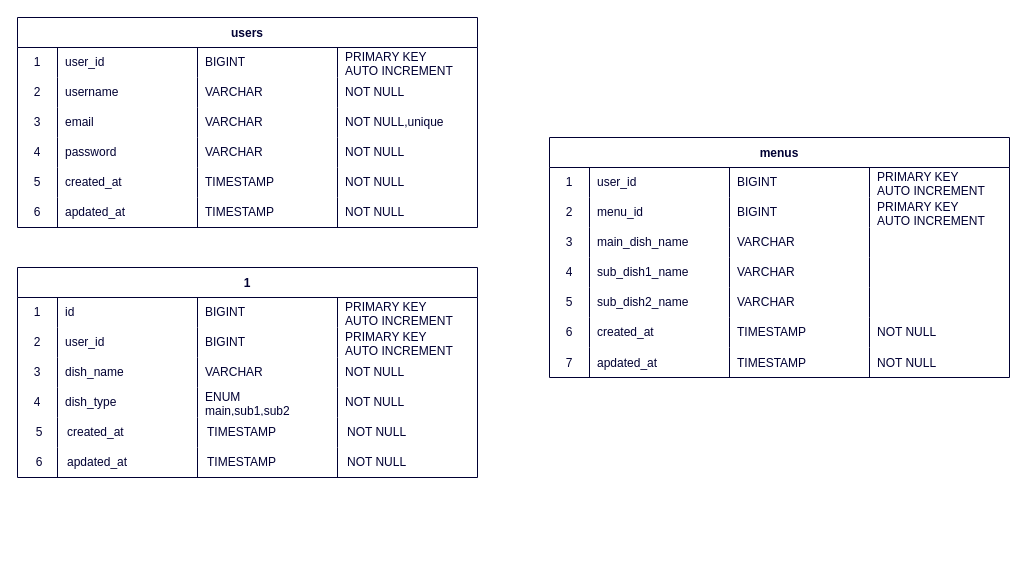
This is db.dio from Some558/kondate_portfolio, a draw.io file, before an edit. Source tidied: cells renumbered, new cells numbered last; positions are measured from the earlier drawing's top-left corner, leaving out a move shared by most shapes. Both pictures are drawn from the tidied source at 100%, with x=0, y=0 at pixel (17, 17).
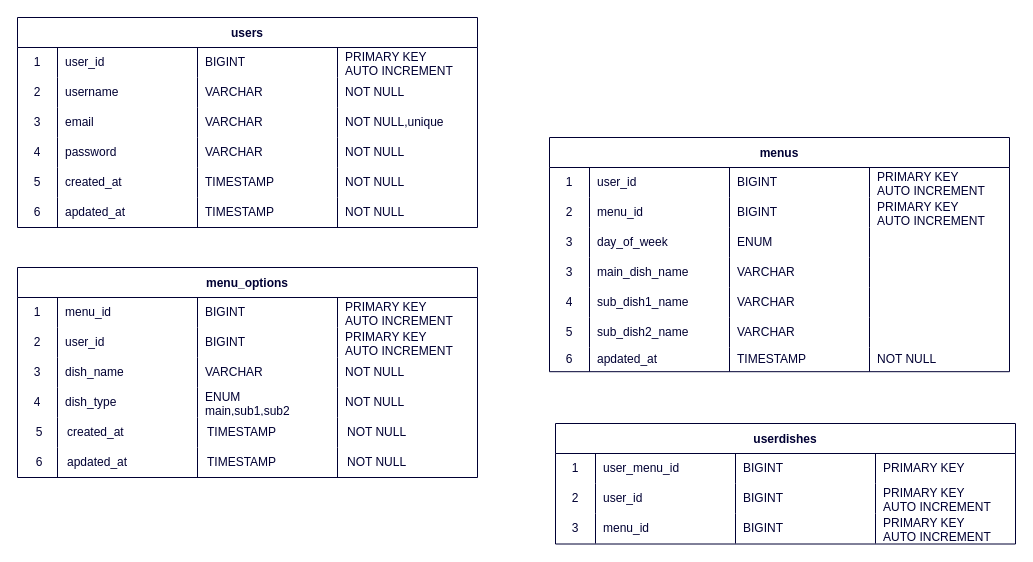
The same page after the edit.

Commit message:
データベーステーブル追記

Unchanged cells that the change refers to:
```xml
<mxCell id="34" style="shape=tableRow;horizontal=0;startSize=0;swimlaneHead=0;swimlaneBody=0;top=0;left=0;bottom=0;right=0;fillColor=none;shadow=0;labelBackgroundColor=none;labelBorderColor=none;sketch=0;fillStyle=auto;strokeColor=#000033;strokeWidth=1;fontColor=#000033;" parent="33" vertex="1">
  <mxGeometry y="30" width="460" height="30" as="geometry" />
</mxCell>
```

What changed in the source:
```diff
@@
-    <mxCell id="33" value="1" style="shape=table;startSize=30;childLayout=tableLayout;rowLines=0;fontStyle=1;shadow=0;labelBackgroundColor=none;labelBorderColor=none;sketch=0;fillStyle=auto;strokeColor=#000033;strokeWidth=1;fontColor=#000033;fillColor=none;" parent="1" vertex="1">
+    <mxCell id="33" value="menu_options" style="shape=table;startSize=30;childLayout=tableLayout;rowLines=0;fontStyle=1;shadow=0;labelBackgroundColor=none;labelBorderColor=none;sketch=0;fillStyle=auto;strokeColor=#000033;strokeWidth=1;fontColor=#000033;fillColor=none;" parent="1" vertex="1">
       <mxGeometry y="250" width="460" height="210" as="geometry" />
     </mxCell>
@@
-    <mxCell id="36" value="id" style="shape=partialRectangle;html=1;whiteSpace=wrap;fillColor=none;top=0;left=0;bottom=0;right=0;align=left;spacingLeft=6;overflow=hidden;shadow=0;labelBackgroundColor=none;labelBorderColor=none;sketch=0;fillStyle=auto;strokeColor=#000033;strokeWidth=1;fontColor=#000033;" parent="34" vertex="1">
+    <mxCell id="36" value="menu_id" style="shape=partialRectangle;html=1;whiteSpace=wrap;fillColor=none;top=0;left=0;bottom=0;right=0;align=left;spacingLeft=6;overflow=hidden;shadow=0;labelBackgroundColor=none;labelBorderColor=none;sketch=0;fillStyle=auto;strokeColor=#000033;strokeWidth=1;fontColor=#000033;" parent="34" vertex="1">
       <mxGeometry x="40" width="140" height="30" as="geometry" />
     </mxCell>
@@
     <mxCell id="64" value="menus" style="shape=table;startSize=30;childLayout=tableLayout;rowLines=0;fontStyle=1;shadow=0;labelBackgroundColor=none;labelBorderColor=none;sketch=0;fillStyle=auto;strokeColor=#000033;strokeWidth=1;fontColor=#000033;fillColor=none;" parent="1" vertex="1">
-      <mxGeometry x="532" y="120" width="460" height="240" as="geometry" />
+      <mxGeometry x="532" y="120" width="460" height="234.2" as="geometry" />
     </mxCell>
@@
+    <mxCell id="120" style="shape=tableRow;horizontal=0;startSize=0;swimlaneHead=0;swimlaneBody=0;top=0;left=0;bottom=0;right=0;fillColor=none;shadow=0;labelBackgroundColor=none;labelBorderColor=none;sketch=0;fillStyle=auto;strokeColor=#000033;strokeWidth=1;fontColor=#000033;" parent="64" vertex="1">
+      <mxGeometry y="90" width="460" height="30" as="geometry" />
+    </mxCell>
+    <mxCell id="121" value="3" style="shape=partialRectangle;html=1;whiteSpace=wrap;fillColor=none;top=0;left=0;bottom=0;right=0;overflow=hidden;shadow=0;labelBackgroundColor=none;labelBorderColor=none;sketch=0;fillStyle=auto;strokeColor=#000033;strokeWidth=1;fontColor=#000033;" parent="120" vertex="1">
+      <mxGeometry width="40" height="30" as="geometry" />
+    </mxCell>
+    <mxCell id="122" value="day_of_week" style="shape=partialRectangle;html=1;whiteSpace=wrap;fillColor=none;top=0;left=0;bottom=0;right=0;align=left;spacingLeft=6;overflow=hidden;shadow=0;labelBackgroundColor=none;labelBorderColor=none;sketch=0;fillStyle=auto;strokeColor=#000033;strokeWidth=1;fontColor=#000033;" parent="120" vertex="1">
+      <mxGeometry x="40" width="140" height="30" as="geometry" />
+    </mxCell>
+    <mxCell id="123" value="ENUM" style="shape=partialRectangle;html=1;whiteSpace=wrap;fillColor=none;top=0;left=0;bottom=0;right=0;align=left;spacingLeft=6;overflow=hidden;shadow=0;labelBackgroundColor=none;labelBorderColor=none;sketch=0;fillStyle=auto;strokeColor=#000033;strokeWidth=1;fontColor=#000033;" parent="120" vertex="1">
+      <mxGeometry x="180" width="140" height="30" as="geometry" />
+    </mxCell>
+    <mxCell id="99" style="shape=partialRectangle;html=1;whiteSpace=wrap;fillColor=none;top=0;left=0;bottom=0;right=0;align=left;spacingLeft=6;overflow=hidden;shadow=0;labelBackgroundColor=none;labelBorderColor=none;sketch=0;fillStyle=auto;strokeColor=#000033;strokeWidth=1;fontColor=#000033;" parent="120" vertex="1">
+      <mxGeometry x="320" width="140" height="30" as="geometry" />
+    </mxCell>
     <mxCell id="75" style="shape=tableRow;horizontal=0;startSize=0;swimlaneHead=0;swimlaneBody=0;top=0;left=0;bottom=0;right=0;fillColor=none;shadow=0;labelBackgroundColor=none;labelBorderColor=none;sketch=0;fillStyle=auto;strokeColor=#000033;strokeWidth=1;fontColor=#000033;" parent="64" vertex="1">
-      <mxGeometry y="90" width="460" height="30" as="geometry" />
+      <mxGeometry y="120" width="460" height="30" as="geometry" />
     </mxCell>
@@
     <mxCell id="80" style="shape=tableRow;horizontal=0;startSize=0;swimlaneHead=0;swimlaneBody=0;top=0;left=0;bottom=0;right=0;fillColor=none;shadow=0;labelBackgroundColor=none;labelBorderColor=none;sketch=0;fillStyle=auto;strokeColor=#000033;strokeWidth=1;fontColor=#000033;" parent="64" vertex="1">
-      <mxGeometry y="120" width="460" height="30" as="geometry" />
+      <mxGeometry y="150" width="460" height="30" as="geometry" />
     </mxCell>
@@
     <mxCell id="85" style="shape=tableRow;horizontal=0;startSize=0;swimlaneHead=0;swimlaneBody=0;top=0;left=0;bottom=0;right=0;fillColor=none;shadow=0;labelBackgroundColor=none;labelBorderColor=none;sketch=0;fillStyle=auto;strokeColor=#000033;strokeWidth=1;fontColor=#000033;" parent="64" vertex="1">
-      <mxGeometry y="150" width="460" height="30" as="geometry" />
+      <mxGeometry y="180" width="460" height="30" as="geometry" />
     </mxCell>
@@
     <mxCell id="90" style="shape=tableRow;horizontal=0;startSize=0;swimlaneHead=0;swimlaneBody=0;top=0;left=0;bottom=0;right=0;fillColor=none;shadow=0;labelBackgroundColor=none;labelBorderColor=none;sketch=0;fillStyle=auto;strokeColor=#000033;strokeWidth=1;fontColor=#000033;" parent="64" vertex="1">
-      <mxGeometry y="180" width="460" height="30" as="geometry" />
+      <mxGeometry y="210" width="460" height="24" as="geometry" />
     </mxCell>
     <mxCell id="91" value="6" style="shape=partialRectangle;html=1;whiteSpace=wrap;fillColor=none;top=0;left=0;bottom=0;right=0;overflow=hidden;shadow=0;labelBackgroundColor=none;labelBorderColor=none;sketch=0;fillStyle=auto;strokeColor=#000033;strokeWidth=1;fontColor=#000033;" parent="90" vertex="1">
-      <mxGeometry width="40" height="30" as="geometry" />
+      <mxGeometry width="40" height="24" as="geometry" />
     </mxCell>
-    <mxCell id="92" value="created_at" style="shape=partialRectangle;html=1;whiteSpace=wrap;fillColor=none;top=0;left=0;bottom=0;right=0;align=left;spacingLeft=6;overflow=hidden;shadow=0;labelBackgroundColor=none;labelBorderColor=none;sketch=0;fillStyle=auto;strokeColor=#000033;strokeWidth=1;fontColor=#000033;" parent="90" vertex="1">
-      <mxGeometry x="40" width="140" height="30" as="geometry" />
+    <mxCell id="92" value="apdated_at" style="shape=partialRectangle;html=1;whiteSpace=wrap;fillColor=none;top=0;left=0;bottom=0;right=0;align=left;spacingLeft=6;overflow=hidden;shadow=0;labelBackgroundColor=none;labelBorderColor=none;sketch=0;fillStyle=auto;strokeColor=#000033;strokeWidth=1;fontColor=#000033;" parent="90" vertex="1">
+      <mxGeometry x="40" width="140" height="24" as="geometry" />
     </mxCell>
     <mxCell id="93" value="TIMESTAMP" style="shape=partialRectangle;html=1;whiteSpace=wrap;fillColor=none;top=0;left=0;bottom=0;right=0;align=left;spacingLeft=6;overflow=hidden;shadow=0;labelBackgroundColor=none;labelBorderColor=none;sketch=0;fillStyle=auto;strokeColor=#000033;strokeWidth=1;fontColor=#000033;" parent="90" vertex="1">
-      <mxGeometry x="180" width="140" height="30" as="geometry" />
+      <mxGeometry x="180" width="140" height="24" as="geometry" />
     </mxCell>
     <mxCell id="94" value="NOT NULL" style="shape=partialRectangle;html=1;whiteSpace=wrap;fillColor=none;top=0;left=0;bottom=0;right=0;align=left;spacingLeft=6;overflow=hidden;shadow=0;labelBackgroundColor=none;labelBorderColor=none;sketch=0;fillStyle=auto;strokeColor=#000033;strokeWidth=1;fontColor=#000033;" parent="90" vertex="1">
-      <mxGeometry x="320" width="140" height="30" as="geometry" />
+      <mxGeometry x="320" width="140" height="24" as="geometry" />
     </mxCell>
-    <mxCell id="95" style="shape=tableRow;horizontal=0;startSize=0;swimlaneHead=0;swimlaneBody=0;top=0;left=0;bottom=0;right=0;fillColor=none;shadow=0;labelBackgroundColor=none;labelBorderColor=none;sketch=0;fillStyle=auto;strokeColor=#000033;strokeWidth=1;fontColor=#000033;" parent="64" vertex="1">
-      <mxGeometry y="210" width="460" height="30" as="geometry" />
-    </mxCell>
-    <mxCell id="96" style="shape=partialRectangle;html=1;whiteSpace=wrap;fillColor=none;top=0;left=0;bottom=0;right=0;overflow=hidden;shadow=0;labelBackgroundColor=none;labelBorderColor=none;sketch=0;fillStyle=auto;strokeColor=#000033;strokeWidth=1;fontColor=#000033;" parent="95" vertex="1">
-      <mxGeometry width="40" height="30" as="geometry" />
-    </mxCell>
-    <mxCell id="97" style="shape=partialRectangle;html=1;whiteSpace=wrap;fillColor=none;top=0;left=0;bottom=0;right=0;align=left;spacingLeft=6;overflow=hidden;shadow=0;labelBackgroundColor=none;labelBorderColor=none;sketch=0;fillStyle=auto;strokeColor=#000033;strokeWidth=1;fontColor=#000033;" parent="95" vertex="1">
-      <mxGeometry x="40" width="140" height="30" as="geometry" />
-    </mxCell>
-    <mxCell id="98" style="shape=partialRectangle;html=1;whiteSpace=wrap;fillColor=none;top=0;left=0;bottom=0;right=0;align=left;spacingLeft=6;overflow=hidden;shadow=0;labelBackgroundColor=none;labelBorderColor=none;sketch=0;fillStyle=auto;strokeColor=#000033;strokeWidth=1;fontColor=#000033;" parent="95" vertex="1">
-      <mxGeometry x="180" width="140" height="30" as="geometry" />
-    </mxCell>
-    <mxCell id="99" style="shape=partialRectangle;html=1;whiteSpace=wrap;fillColor=none;top=0;left=0;bottom=0;right=0;align=left;spacingLeft=6;overflow=hidden;shadow=0;labelBackgroundColor=none;labelBorderColor=none;sketch=0;fillStyle=auto;strokeColor=#000033;strokeWidth=1;fontColor=#000033;" parent="95" vertex="1">
-      <mxGeometry x="320" width="140" height="30" as="geometry" />
-    </mxCell>
@@
     <mxCell id="115" style="shape=tableRow;horizontal=0;startSize=0;swimlaneHead=0;swimlaneBody=0;top=0;left=0;bottom=0;right=0;fillColor=none;shadow=0;labelBackgroundColor=none;labelBorderColor=none;sketch=0;fillStyle=auto;strokeColor=#000033;strokeWidth=1;fontColor=#000033;" parent="1" vertex="1">
-      <mxGeometry x="532" y="331" width="460" height="30" as="geometry" />
+      <mxGeometry x="532" y="331" width="460" height="30.2" as="geometry" />
     </mxCell>
-    <mxCell id="116" value="7" style="shape=partialRectangle;html=1;whiteSpace=wrap;fillColor=none;top=0;left=0;bottom=0;right=0;overflow=hidden;shadow=0;labelBackgroundColor=none;labelBorderColor=none;sketch=0;fillStyle=auto;strokeColor=#000033;strokeWidth=1;fontColor=#000033;" parent="115" vertex="1">
-      <mxGeometry width="40" height="30" as="geometry" />
-    </mxCell>
-    <mxCell id="117" value="apdated_at" style="shape=partialRectangle;html=1;whiteSpace=wrap;fillColor=none;top=0;left=0;bottom=0;right=0;align=left;spacingLeft=6;overflow=hidden;shadow=0;labelBackgroundColor=none;labelBorderColor=none;sketch=0;fillStyle=auto;strokeColor=#000033;strokeWidth=1;fontColor=#000033;" parent="115" vertex="1">
+    <mxCell id="117" style="shape=partialRectangle;html=1;whiteSpace=wrap;fillColor=none;top=0;left=0;bottom=0;right=0;align=left;spacingLeft=6;overflow=hidden;shadow=0;labelBackgroundColor=none;labelBorderColor=none;sketch=0;fillStyle=auto;strokeColor=#000033;strokeWidth=1;fontColor=#000033;" parent="115" vertex="1">
       <mxGeometry x="40" width="140" height="30" as="geometry" />
     </mxCell>
-    <mxCell id="118" value="TIMESTAMP" style="shape=partialRectangle;html=1;whiteSpace=wrap;fillColor=none;top=0;left=0;bottom=0;right=0;align=left;spacingLeft=6;overflow=hidden;shadow=0;labelBackgroundColor=none;labelBorderColor=none;sketch=0;fillStyle=auto;strokeColor=#000033;strokeWidth=1;fontColor=#000033;" parent="115" vertex="1">
-      <mxGeometry x="180" width="140" height="30" as="geometry" />
-    </mxCell>
-    <mxCell id="119" value="NOT NULL" style="shape=partialRectangle;html=1;whiteSpace=wrap;fillColor=none;top=0;left=0;bottom=0;right=0;align=left;spacingLeft=6;overflow=hidden;shadow=0;labelBackgroundColor=none;labelBorderColor=none;sketch=0;fillStyle=auto;strokeColor=#000033;strokeWidth=1;fontColor=#000033;" parent="115" vertex="1">
-      <mxGeometry x="320" width="140" height="30" as="geometry" />
-    </mxCell>
+    <mxCell id="124" value="userdishes" style="shape=table;startSize=30;childLayout=tableLayout;rowLines=0;fontStyle=1;shadow=0;labelBackgroundColor=none;labelBorderColor=none;sketch=0;fillStyle=auto;strokeColor=#000033;strokeWidth=1;fontColor=#000033;fillColor=none;" parent="1" vertex="1">
+      <mxGeometry x="538" y="406" width="460" height="120.5" as="geometry" />
+    </mxCell>
+    <mxCell id="125" style="shape=tableRow;horizontal=0;startSize=0;swimlaneHead=0;swimlaneBody=0;top=0;left=0;bottom=0;right=0;fillColor=none;shadow=0;labelBackgroundColor=none;labelBorderColor=none;sketch=0;fillStyle=auto;strokeColor=#000033;strokeWidth=1;fontColor=#000033;" parent="124" vertex="1">
+      <mxGeometry y="30" width="460" height="30" as="geometry" />
+    </mxCell>
+    <mxCell id="126" value="1" style="shape=partialRectangle;html=1;whiteSpace=wrap;fillColor=none;top=0;left=0;bottom=0;right=0;overflow=hidden;shadow=0;labelBackgroundColor=none;labelBorderColor=none;sketch=0;fillStyle=auto;strokeColor=#000033;strokeWidth=1;fontColor=#000033;" parent="125" vertex="1">
+      <mxGeometry width="40" height="30" as="geometry" />
+    </mxCell>
+    <mxCell id="127" value="user_menu_id" style="shape=partialRectangle;html=1;whiteSpace=wrap;fillColor=none;top=0;left=0;bottom=0;right=0;align=left;spacingLeft=6;overflow=hidden;shadow=0;labelBackgroundColor=none;labelBorderColor=none;sketch=0;fillStyle=auto;strokeColor=#000033;strokeWidth=1;fontColor=#000033;" parent="125" vertex="1">
+      <mxGeometry x="40" width="140" height="30" as="geometry" />
+    </mxCell>
+    <mxCell id="128" value="BIGINT" style="shape=partialRectangle;html=1;whiteSpace=wrap;fillColor=none;top=0;left=0;bottom=0;right=0;align=left;spacingLeft=6;overflow=hidden;shadow=0;labelBackgroundColor=none;labelBorderColor=none;sketch=0;fillStyle=auto;strokeColor=#000033;strokeWidth=1;fontColor=#000033;" parent="125" vertex="1">
+      <mxGeometry x="180" width="140" height="30" as="geometry" />
+    </mxCell>
+    <mxCell id="129" value="PRIMARY KEY" style="shape=partialRectangle;html=1;whiteSpace=wrap;fillColor=none;top=0;left=0;bottom=0;right=0;align=left;spacingLeft=6;overflow=hidden;shadow=0;labelBackgroundColor=none;labelBorderColor=none;sketch=0;fillStyle=auto;strokeColor=#000033;strokeWidth=1;fontColor=#000033;" parent="125" vertex="1">
+      <mxGeometry x="320" width="140" height="30" as="geometry" />
+    </mxCell>
+    <mxCell id="130" style="shape=tableRow;horizontal=0;startSize=0;swimlaneHead=0;swimlaneBody=0;top=0;left=0;bottom=0;right=0;fillColor=none;shadow=0;labelBackgroundColor=none;labelBorderColor=none;sketch=0;fillStyle=auto;strokeColor=#000033;strokeWidth=1;fontColor=#000033;" parent="124" vertex="1">
+      <mxGeometry y="60" width="460" height="30" as="geometry" />
+    </mxCell>
+    <mxCell id="131" value="2" style="shape=partialRectangle;html=1;whiteSpace=wrap;fillColor=none;top=0;left=0;bottom=0;right=0;overflow=hidden;shadow=0;labelBackgroundColor=none;labelBorderColor=none;sketch=0;fillStyle=auto;strokeColor=#000033;strokeWidth=1;fontColor=#000033;" parent="130" vertex="1">
+      <mxGeometry width="40" height="30" as="geometry" />
+    </mxCell>
+    <mxCell id="132" value="user_id" style="shape=partialRectangle;html=1;whiteSpace=wrap;fillColor=none;top=0;left=0;bottom=0;right=0;align=left;spacingLeft=6;overflow=hidden;shadow=0;labelBackgroundColor=none;labelBorderColor=none;sketch=0;fillStyle=auto;strokeColor=#000033;strokeWidth=1;fontColor=#000033;" parent="130" vertex="1">
+      <mxGeometry x="40" width="140" height="30" as="geometry" />
+    </mxCell>
+    <mxCell id="133" value="BIGINT" style="shape=partialRectangle;html=1;whiteSpace=wrap;fillColor=none;top=0;left=0;bottom=0;right=0;align=left;spacingLeft=6;overflow=hidden;shadow=0;labelBackgroundColor=none;labelBorderColor=none;sketch=0;fillStyle=auto;strokeColor=#000033;strokeWidth=1;fontColor=#000033;" parent="130" vertex="1">
+      <mxGeometry x="180" width="140" height="30" as="geometry" />
+    </mxCell>
+    <mxCell id="134" value="PRIMARY KEY&lt;br&gt;AUTO INCREMENT" style="shape=partialRectangle;html=1;whiteSpace=wrap;fillColor=none;top=0;left=0;bottom=0;right=0;align=left;spacingLeft=6;overflow=hidden;shadow=0;labelBackgroundColor=none;labelBorderColor=none;sketch=0;fillStyle=auto;strokeColor=#000033;strokeWidth=1;fontColor=#000033;" parent="130" vertex="1">
+      <mxGeometry x="320" width="140" height="30" as="geometry" />
+    </mxCell>
+    <mxCell id="135" style="shape=tableRow;horizontal=0;startSize=0;swimlaneHead=0;swimlaneBody=0;top=0;left=0;bottom=0;right=0;fillColor=none;shadow=0;labelBackgroundColor=none;labelBorderColor=none;sketch=0;fillStyle=auto;strokeColor=#000033;strokeWidth=1;fontColor=#000033;" parent="124" vertex="1">
+      <mxGeometry y="90" width="460" height="30" as="geometry" />
+    </mxCell>
+    <mxCell id="136" value="3" style="shape=partialRectangle;html=1;whiteSpace=wrap;fillColor=none;top=0;left=0;bottom=0;right=0;overflow=hidden;shadow=0;labelBackgroundColor=none;labelBorderColor=none;sketch=0;fillStyle=auto;strokeColor=#000033;strokeWidth=1;fontColor=#000033;" parent="135" vertex="1">
+      <mxGeometry width="40" height="30" as="geometry" />
+    </mxCell>
+    <mxCell id="137" value="menu_id" style="shape=partialRectangle;html=1;whiteSpace=wrap;fillColor=none;top=0;left=0;bottom=0;right=0;align=left;spacingLeft=6;overflow=hidden;shadow=0;labelBackgroundColor=none;labelBorderColor=none;sketch=0;fillStyle=auto;strokeColor=#000033;strokeWidth=1;fontColor=#000033;" parent="135" vertex="1">
+      <mxGeometry x="40" width="140" height="30" as="geometry" />
+    </mxCell>
+    <mxCell id="138" value="BIGINT" style="shape=partialRectangle;html=1;whiteSpace=wrap;fillColor=none;top=0;left=0;bottom=0;right=0;align=left;spacingLeft=6;overflow=hidden;shadow=0;labelBackgroundColor=none;labelBorderColor=none;sketch=0;fillStyle=auto;strokeColor=#000033;strokeWidth=1;fontColor=#000033;" parent="135" vertex="1">
+      <mxGeometry x="180" width="140" height="30" as="geometry" />
+    </mxCell>
+    <mxCell id="139" value="PRIMARY KEY&lt;br&gt;AUTO INCREMENT" style="shape=partialRectangle;html=1;whiteSpace=wrap;fillColor=none;top=0;left=0;bottom=0;right=0;align=left;spacingLeft=6;overflow=hidden;shadow=0;labelBackgroundColor=none;labelBorderColor=none;sketch=0;fillStyle=auto;strokeColor=#000033;strokeWidth=1;fontColor=#000033;" parent="135" vertex="1">
+      <mxGeometry x="320" width="140" height="30" as="geometry" />
+    </mxCell>
```
